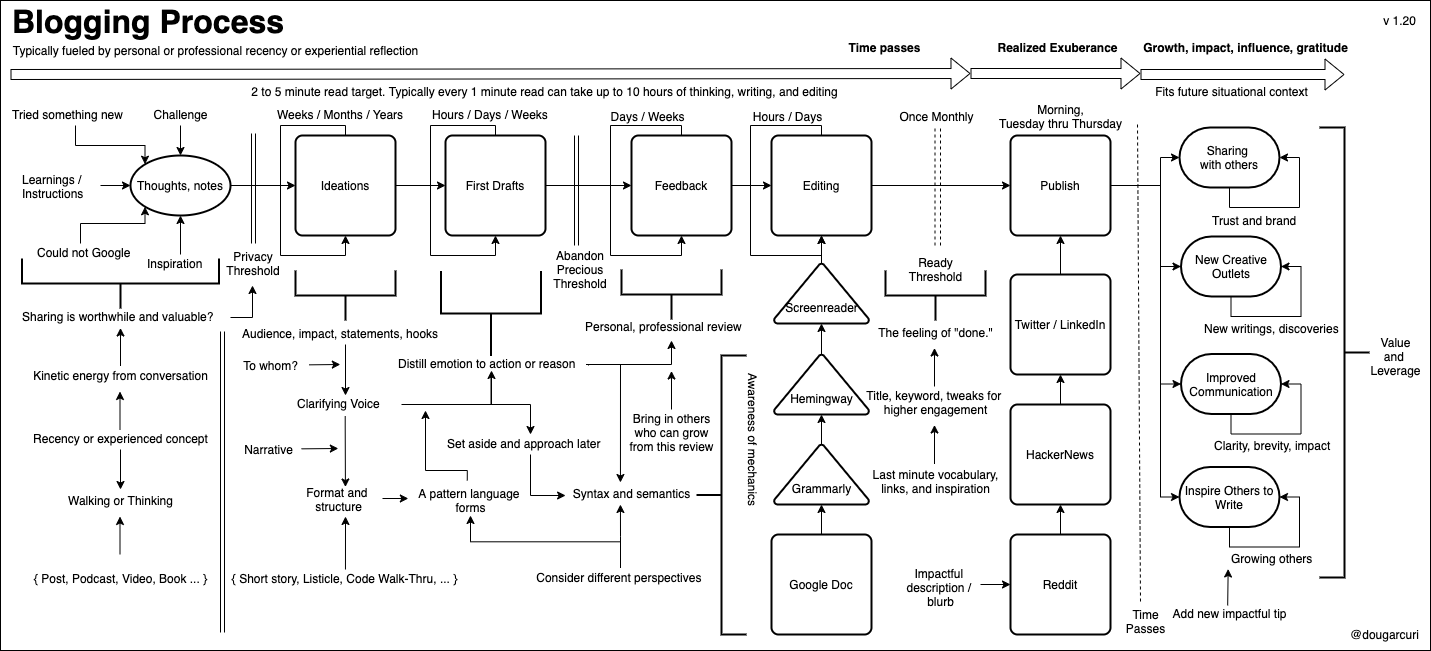
The draw.io diagram mentoring/diagrams/blogging-process.png in solidi/learning-notes, before a commit. Source tidied: cells renumbered, new cells last; positions are measured from the earlier drawing's top-left corner, leaving out a move shared by most shapes.
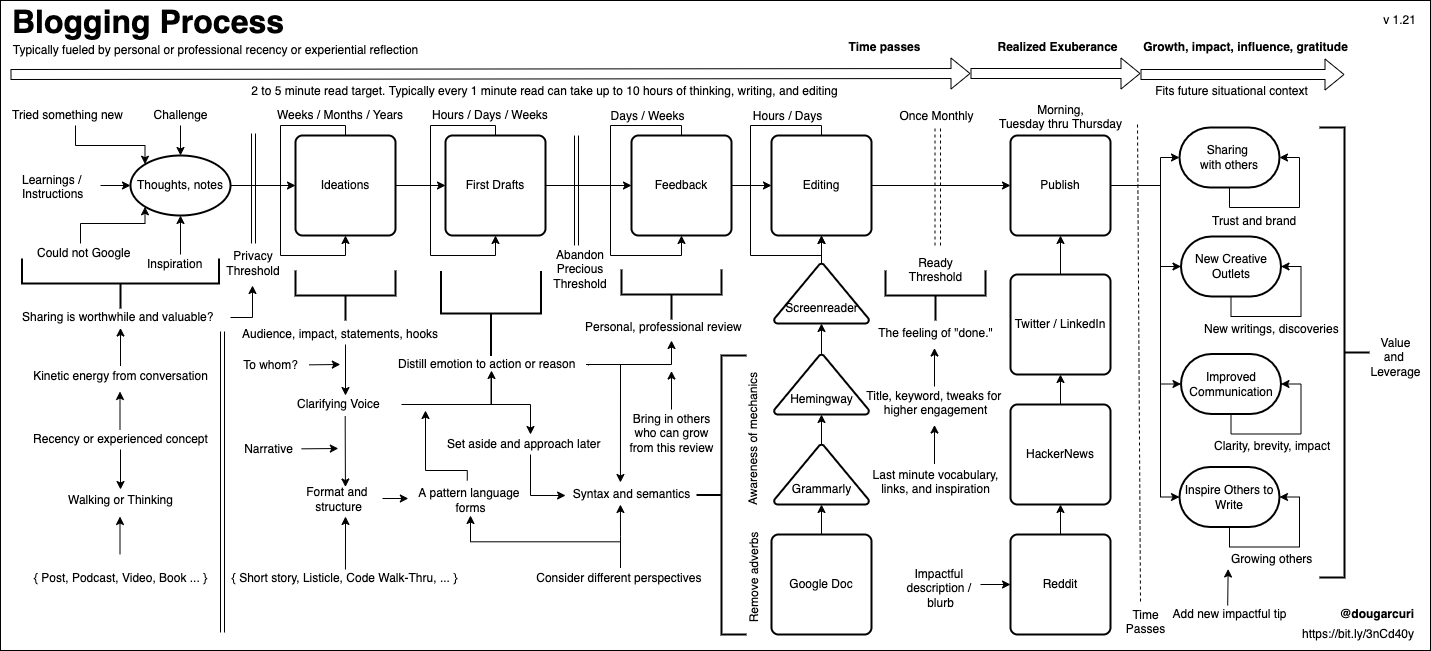
Above is the later version.

Commit message:
Add "remove adverbs" and add a bit.ly link

The edit, as a diff of the source:
```diff
@@ -410,8 +410,8 @@
         <mxPoint x="43" y="16" as="offset" />
       </mxGeometry>
     </mxCell>
-    <mxCell id="102" value="@dougarcuri" style="text;html=1;align=center;verticalAlign=middle;" parent="1" vertex="1">
-      <mxGeometry x="1344" y="624" width="80" height="20" as="geometry" />
+    <mxCell id="102" value="@dougarcuri" style="text;html=1;align=right;verticalAlign=middle;fontStyle=1;" parent="1" vertex="1">
+      <mxGeometry x="1325" y="604" width="90" height="20" as="geometry" />
     </mxCell>
     <mxCell id="103" value="Bring in others&lt;br&gt;who can grow&lt;br&gt;from this review" style="text;html=1;align=center;verticalAlign=top;spacingTop=-4;" parent="1" vertex="1">
       <mxGeometry x="621" y="409" width="100" height="40" as="geometry" />
@@ -439,7 +439,7 @@
         <mxPoint x="20" y="-6" as="offset" />
       </mxGeometry>
     </mxCell>
-    <mxCell id="107" value="Awareness of mechanics" style="text;html=1;align=center;verticalAlign=middle;rotation=90;" parent="1" vertex="1">
+    <mxCell id="107" value="Awareness of mechanics" style="text;html=1;align=center;verticalAlign=middle;rotation=-90;" parent="1" vertex="1">
       <mxGeometry x="678" y="429" width="150" height="20" as="geometry" />
     </mxCell>
     <mxCell id="108" value="Inspire Others to Write" style="strokeWidth=2;html=1;shape=mxgraph.flowchart.terminator;whiteSpace=wrap;" parent="1" vertex="1">
@@ -494,7 +494,7 @@
         <mxPoint x="120" y="327.5" as="targetPoint" />
       </mxGeometry>
     </mxCell>
-    <mxCell id="121" value="v 1.20" style="text;html=1;align=center;verticalAlign=middle;" parent="1" vertex="1">
+    <mxCell id="121" value="v 1.21" style="text;html=1;align=center;verticalAlign=middle;" parent="1" vertex="1">
       <mxGeometry x="1374" y="10" width="50" height="20" as="geometry" />
     </mxCell>
     <mxCell id="122" value="Morning,&lt;br&gt;Tuesday thru Thursday" style="text;html=1;align=center;verticalAlign=top;spacingTop=-4;" parent="1" vertex="1">
@@ -581,5 +581,11 @@
     <mxCell id="141" value="Once Monthly" style="text;html=1;align=center;verticalAlign=middle;labelBackgroundColor=#ffffff;" parent="1" vertex="1">
       <mxGeometry x="935" y="115" as="geometry" />
     </mxCell>
+    <mxCell id="142" value="Remove adverbs" style="text;html=1;align=center;verticalAlign=middle;strokeColor=none;fillColor=none;rotation=-90;" parent="1" vertex="1">
+      <mxGeometry x="698" y="567.5" width="110" height="20" as="geometry" />
+    </mxCell>
+    <mxCell id="143" value="https://bit.ly/3nCd40y" style="text;html=1;align=right;verticalAlign=middle;strokeColor=none;fillColor=none;" parent="1" vertex="1">
+      <mxGeometry x="1285" y="624" width="130" height="20" as="geometry" />
+    </mxCell>
   </root>
 </mxGraphModel>
```
